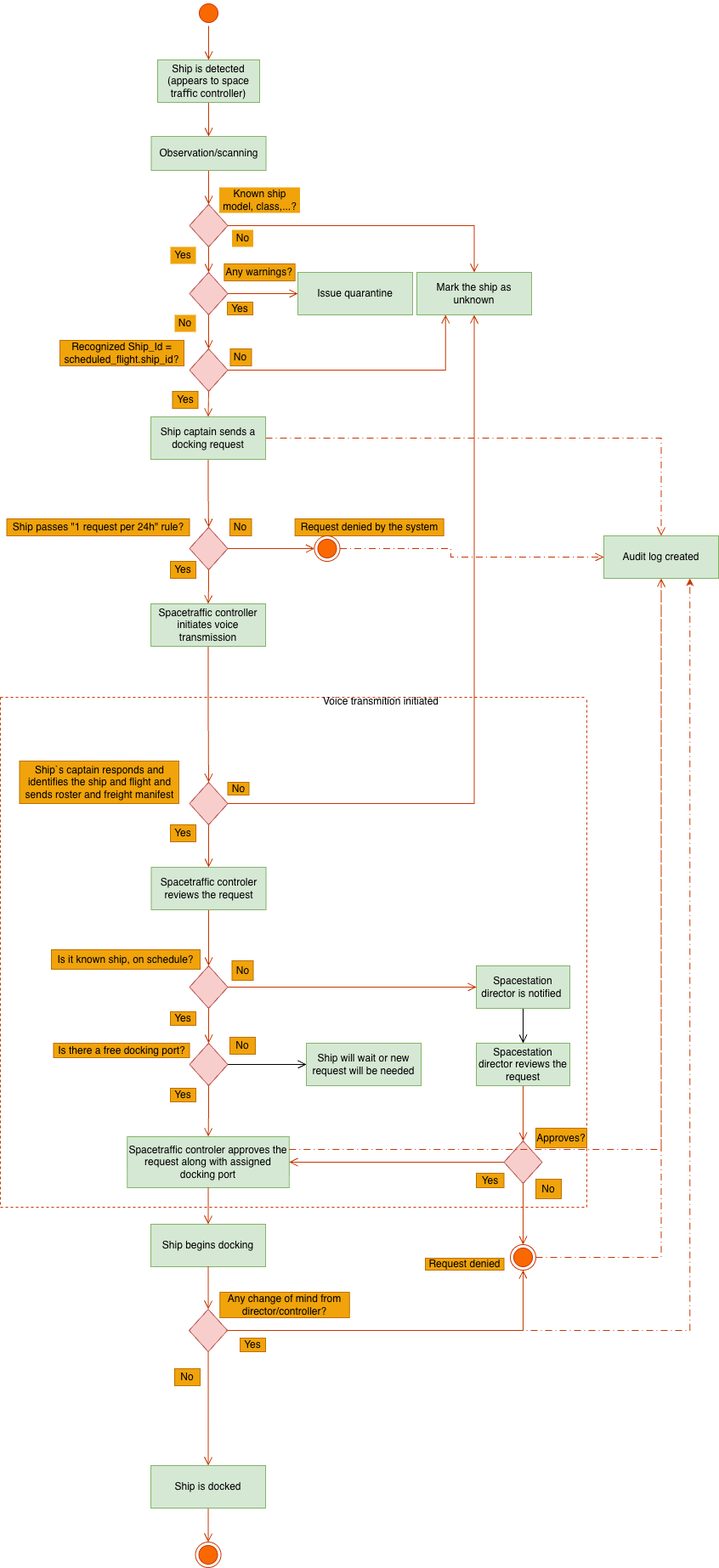
This is Spacedock_BPMN.drawio.png from Casual159/SpaceDock-home-assignment, a draw.io export, as it was before one commit. Source tidied: cells renumbered, new cells last; positions are measured from the earlier drawing's top-left corner, leaving out a move shared by most shapes.
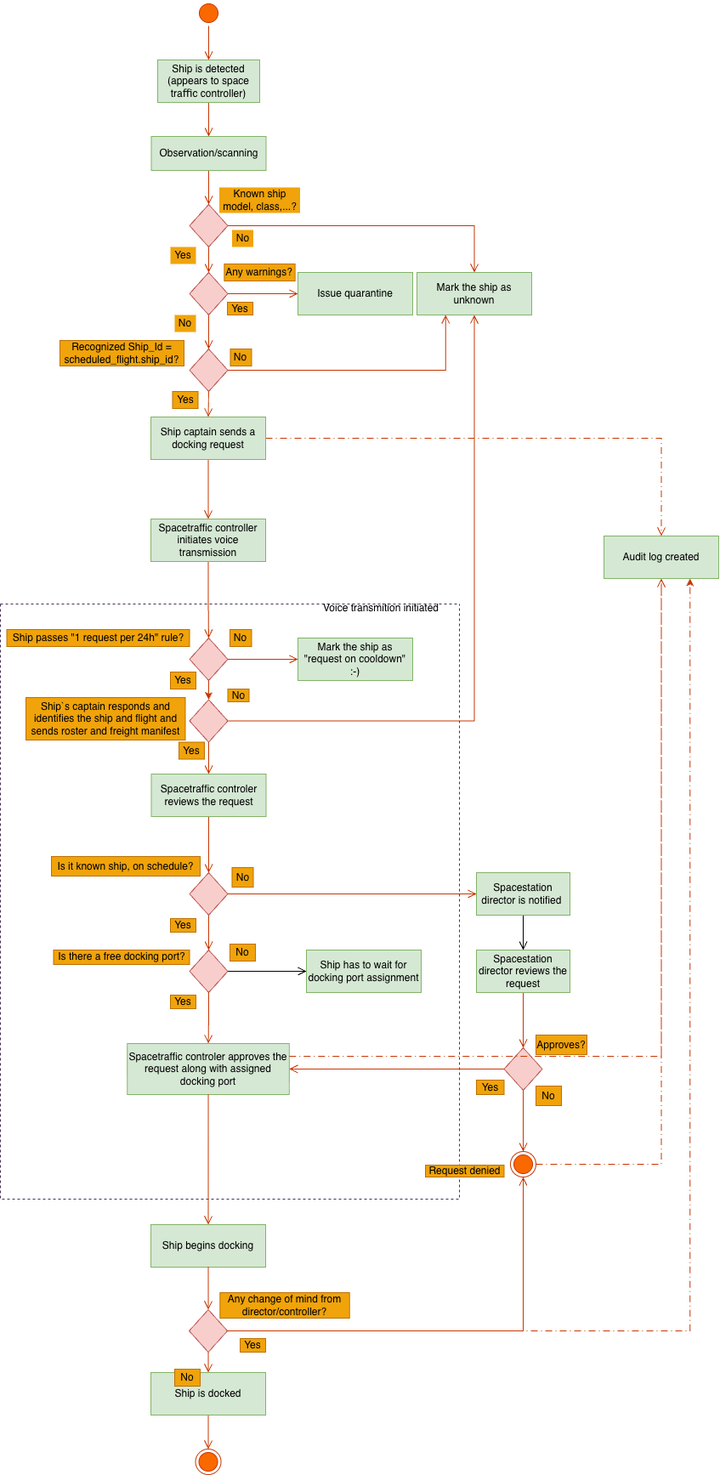
The same diagram one commit later.

Change to the diagram source:
```diff
@@ -62,23 +62,23 @@
     <mxCell id="21" value="Yes" style="text;html=1;whiteSpace=wrap;align=center;verticalAlign=middle;rounded=0;fontFamily=Helvetica;fontSize=12;labelBackgroundColor=none;fillColor=#f0a30a;fontColor=#000000;strokeColor=#BD7000;" parent="1" vertex="1">
       <mxGeometry x="267" y="355" width="30" height="15" as="geometry" />
     </mxCell>
-    <mxCell id="22" style="swimlane;startSize=0;fontFamily=Helvetica;fontSize=12;labelBackgroundColor=none;dashed=1;fillColor=#fa6800;fontColor=#000000;strokeColor=#C73500;" parent="1" vertex="1">
-      <mxGeometry y="820" width="690" height="600" as="geometry" />
+    <mxCell id="22" style="swimlane;startSize=0;fontFamily=Helvetica;fontSize=12;labelBackgroundColor=none;dashed=1;fillColor=#76608a;fontColor=#ffffff;strokeColor=#432D57;" parent="1" vertex="1">
+      <mxGeometry y="710" width="540" height="700" as="geometry" />
     </mxCell>
     <mxCell id="23" value="Voice transmition initiated" style="text;html=1;whiteSpace=wrap;align=center;verticalAlign=middle;rounded=0;fontFamily=Helvetica;fontSize=12;labelBackgroundColor=none;" parent="22" vertex="1">
       <mxGeometry x="367.5" y="-10" width="160" height="30" as="geometry" />
     </mxCell>
     <mxCell id="24" value="Yes" style="text;html=1;whiteSpace=wrap;align=center;verticalAlign=middle;rounded=0;fontFamily=Helvetica;fontSize=12;labelBackgroundColor=none;fillColor=#f0a30a;fontColor=#000000;strokeColor=#BD7000;" parent="22" vertex="1">
-      <mxGeometry x="200" y="150" width="30" height="20" as="geometry" />
+      <mxGeometry x="210" y="162.5" width="30" height="20" as="geometry" />
     </mxCell>
     <mxCell id="25" style="edgeStyle=orthogonalEdgeStyle;shape=connector;rounded=0;jettySize=auto;html=1;exitX=0.5;exitY=1;exitDx=0;exitDy=0;entryX=0.5;entryY=0;entryDx=0;entryDy=0;align=center;verticalAlign=bottom;fontFamily=Helvetica;fontSize=12;fontColor=default;labelBackgroundColor=none;endArrow=open;endSize=8;fillColor=#fa6800;strokeColor=#C73500;" parent="22" edge="1" source="26" target="30">
       <mxGeometry relative="1" as="geometry" />
     </mxCell>
     <mxCell id="26" style="rhombus;whiteSpace=wrap;html=1;fontFamily=Helvetica;fontSize=12;labelBackgroundColor=none;fillColor=#f8cecc;strokeColor=#b85450;" parent="22" vertex="1">
-      <mxGeometry x="222.5" y="100" width="45" height="50" as="geometry" />
+      <mxGeometry x="222.5" y="112.5" width="45" height="50" as="geometry" />
     </mxCell>
     <mxCell id="27" value="Ship`s captain responds and identifies the ship and flight and sends roster and freight manifest" style="text;html=1;whiteSpace=wrap;align=center;verticalAlign=middle;rounded=0;fontFamily=Helvetica;fontSize=12;labelBackgroundColor=none;fillColor=#f0a30a;fontColor=#000000;strokeColor=#BD7000;" parent="22" vertex="1">
-      <mxGeometry x="22.5" y="75" width="187.5" height="50" as="geometry" />
+      <mxGeometry x="30" y="110" width="187.5" height="50" as="geometry" />
     </mxCell>
     <mxCell id="28" value="No" style="text;html=1;whiteSpace=wrap;align=center;verticalAlign=middle;rounded=0;fontFamily=Helvetica;fontSize=12;labelBackgroundColor=none;fillColor=#f0a30a;fontColor=#000000;strokeColor=#BD7000;" parent="22" vertex="1">
       <mxGeometry x="267.5" y="100" width="25" height="15" as="geometry" />
@@ -113,7 +113,7 @@
     <mxCell id="38" value="Yes" style="text;html=1;whiteSpace=wrap;align=center;verticalAlign=middle;rounded=0;fontFamily=Helvetica;fontSize=12;labelBackgroundColor=none;fillColor=#f0a30a;fontColor=#000000;strokeColor=#BD7000;" parent="22" vertex="1">
       <mxGeometry x="200" y="460" width="30" height="16" as="geometry" />
     </mxCell>
-    <mxCell id="39" value="Ship will wait or new request will be needed" style="rounded=0;whiteSpace=wrap;html=1;fontFamily=Helvetica;fontSize=12;labelBackgroundColor=none;fillColor=#d5e8d4;strokeColor=#82b366;" parent="22" vertex="1">
+    <mxCell id="39" value="Ship has to wait for docking port assignment" style="rounded=0;whiteSpace=wrap;html=1;fontFamily=Helvetica;fontSize=12;labelBackgroundColor=none;fillColor=#d5e8d4;strokeColor=#82b366;" parent="22" vertex="1">
       <mxGeometry x="360" y="407" width="135" height="50" as="geometry" />
     </mxCell>
     <mxCell id="40" value="No" style="text;html=1;whiteSpace=wrap;align=center;verticalAlign=middle;rounded=0;fontFamily=Helvetica;fontSize=12;labelBackgroundColor=none;fillColor=#f0a30a;fontColor=#000000;strokeColor=#BD7000;" parent="22" vertex="1">
@@ -176,12 +176,15 @@
     <mxCell id="59" value="Is there a free docking port?" style="text;html=1;whiteSpace=wrap;align=center;verticalAlign=middle;rounded=0;fontFamily=Helvetica;fontSize=12;labelBackgroundColor=none;fillColor=#f0a30a;fontColor=#000000;strokeColor=#BD7000;" parent="22" vertex="1">
       <mxGeometry x="62.5" y="407" width="160" height="17" as="geometry" />
     </mxCell>
+    <mxCell id="94" value="Mark the ship as &quot;request on cooldown&quot; :-)" style="rounded=0;whiteSpace=wrap;html=1;fontFamily=Helvetica;fontSize=12;labelBackgroundColor=none;fillColor=#d5e8d4;strokeColor=#82b366;" parent="22" vertex="1">
+      <mxGeometry x="350" y="40" width="135" height="50" as="geometry" />
+    </mxCell>
     <mxCell id="60" style="edgeStyle=orthogonalEdgeStyle;shape=connector;rounded=0;jettySize=auto;html=1;align=center;verticalAlign=bottom;fontFamily=Helvetica;fontSize=12;fontColor=default;labelBackgroundColor=none;endArrow=open;endSize=8;dashed=1;dashPattern=8 4 1 4;fillColor=#fa6800;strokeColor=#C73500;" parent="1" edge="1" source="62" target="75">
       <mxGeometry relative="1" as="geometry" />
     </mxCell>
-    <mxCell id="61" style="edgeStyle=orthogonalEdgeStyle;shape=connector;rounded=0;jettySize=auto;html=1;exitX=0.5;exitY=1;exitDx=0;exitDy=0;entryX=0.5;entryY=0;entryDx=0;entryDy=0;align=center;verticalAlign=bottom;fontFamily=Helvetica;fontSize=12;fontColor=default;labelBackgroundColor=none;endArrow=open;endSize=8;fillColor=#fa6800;strokeColor=#C73500;" parent="1" edge="1" source="62" target="69">
-      <mxGeometry relative="1" as="geometry" />
-    </mxCell>
+    <mxCell id="95" style="edgeStyle=orthogonalEdgeStyle;shape=connector;rounded=0;jettySize=auto;html=1;exitX=0.5;exitY=1;exitDx=0;exitDy=0;entryX=0.5;entryY=0;entryDx=0;entryDy=0;strokeColor=#C73500;align=center;verticalAlign=bottom;fontFamily=Helvetica;fontSize=12;fontColor=default;labelBackgroundColor=none;endArrow=open;endSize=8;fillColor=#fa6800;" parent="1" edge="1" source="62" target="89">
+      <mxGeometry relative="1" as="geometry" />
+    </mxCell>
     <mxCell id="62" value="Ship captain sends a docking request" style="rounded=0;whiteSpace=wrap;html=1;fontFamily=Helvetica;fontSize=12;labelBackgroundColor=none;fillColor=#d5e8d4;strokeColor=#82b366;" parent="1" vertex="1">
       <mxGeometry x="177" y="490" width="135" height="50" as="geometry" />
     </mxCell>
@@ -197,23 +200,25 @@
     <mxCell id="66" value="Recognized Ship_Id = scheduled_flight.ship_id?" style="text;html=1;whiteSpace=wrap;align=center;verticalAlign=middle;rounded=0;fontFamily=Helvetica;fontSize=12;labelBackgroundColor=none;fillColor=#f0a30a;fontColor=#000000;strokeColor=#BD7000;" parent="1" vertex="1">
       <mxGeometry x="70" y="400" width="146" height="30" as="geometry" />
     </mxCell>
-    <mxCell id="67" style="edgeStyle=orthogonalEdgeStyle;shape=connector;rounded=0;jettySize=auto;html=1;exitX=1;exitY=0.5;exitDx=0;exitDy=0;entryX=0;entryY=0.5;entryDx=0;entryDy=0;align=center;verticalAlign=bottom;fontFamily=Helvetica;fontSize=12;fontColor=default;labelBackgroundColor=none;endArrow=open;endSize=8;fillColor=#fa6800;strokeColor=#C73500;" parent="1" edge="1" source="69" target="78">
-      <mxGeometry relative="1" as="geometry" />
+    <mxCell id="67" style="edgeStyle=orthogonalEdgeStyle;shape=connector;rounded=0;jettySize=auto;html=1;exitX=1;exitY=0.5;exitDx=0;exitDy=0;align=center;verticalAlign=bottom;fontFamily=Helvetica;fontSize=12;fontColor=default;labelBackgroundColor=none;endArrow=open;endSize=8;fillColor=#fa6800;strokeColor=#C73500;" parent="1" edge="1" source="69">
+      <mxGeometry relative="1" as="geometry">
+        <mxPoint x="350" y="775" as="targetPoint" />
+      </mxGeometry>
     </mxCell>
-    <mxCell id="68" style="edgeStyle=orthogonalEdgeStyle;shape=connector;rounded=0;jettySize=auto;html=1;exitX=0.5;exitY=1;exitDx=0;exitDy=0;align=center;verticalAlign=bottom;fontFamily=Helvetica;fontSize=12;fontColor=default;labelBackgroundColor=none;endArrow=open;endSize=8;fillColor=#fa6800;strokeColor=#C73500;" parent="1" edge="1" source="69" target="89">
-      <mxGeometry relative="1" as="geometry" />
-    </mxCell>
+    <mxCell id="96" style="edgeStyle=orthogonalEdgeStyle;rounded=0;jettySize=auto;html=1;exitX=0.5;exitY=1;exitDx=0;exitDy=0;entryX=0.5;entryY=0;entryDx=0;entryDy=0;fillColor=#fa6800;strokeColor=#C73500;" parent="1" edge="1" source="69" target="26">
+      <mxGeometry relative="1" as="geometry" />
+    </mxCell>
     <mxCell id="69" style="rhombus;whiteSpace=wrap;html=1;fontFamily=Helvetica;fontSize=12;labelBackgroundColor=none;fillColor=#f8cecc;strokeColor=#b85450;" parent="1" vertex="1">
-      <mxGeometry x="222.5" y="620" width="45" height="50" as="geometry" />
+      <mxGeometry x="222.5" y="750" width="45" height="50" as="geometry" />
     </mxCell>
     <mxCell id="70" value="Yes" style="text;html=1;whiteSpace=wrap;align=center;verticalAlign=middle;rounded=0;fontFamily=Helvetica;fontSize=12;labelBackgroundColor=none;fillColor=#f0a30a;fontColor=#000000;strokeColor=#BD7000;" parent="1" vertex="1">
-      <mxGeometry x="200" y="660" width="30" height="20" as="geometry" />
+      <mxGeometry x="200" y="790" width="30" height="20" as="geometry" />
     </mxCell>
     <mxCell id="71" value="No" style="text;html=1;whiteSpace=wrap;align=center;verticalAlign=middle;rounded=0;fontFamily=Helvetica;fontSize=12;labelBackgroundColor=none;fillColor=#f0a30a;fontColor=#000000;strokeColor=#BD7000;" parent="1" vertex="1">
-      <mxGeometry x="270" y="610" width="25.5" height="20" as="geometry" />
+      <mxGeometry x="270" y="740" width="25.5" height="20" as="geometry" />
     </mxCell>
     <mxCell id="72" value="Ship passes &quot;1 request per 24h&quot; rule?" style="text;html=1;whiteSpace=wrap;align=center;verticalAlign=middle;rounded=0;fontFamily=Helvetica;fontSize=12;labelBackgroundColor=none;fillColor=#f0a30a;fontColor=#000000;strokeColor=#BD7000;" parent="1" vertex="1">
-      <mxGeometry x="7.5" y="610" width="215" height="20" as="geometry" />
+      <mxGeometry x="7.5" y="740" width="215" height="20" as="geometry" />
     </mxCell>
     <mxCell id="73" value="Yes" style="text;html=1;whiteSpace=wrap;align=center;verticalAlign=middle;rounded=0;fontFamily=Helvetica;fontSize=12;labelBackgroundColor=none;fillColor=#f0a30a;fontColor=#000000;strokeColor=#BD7000;" parent="1" vertex="1">
       <mxGeometry x="202.5" y="460" width="30" height="20" as="geometry" />
@@ -224,20 +229,6 @@
     <mxCell id="75" value="Audit log created" style="rounded=0;whiteSpace=wrap;html=1;fontFamily=Helvetica;fontSize=12;labelBackgroundColor=none;fillColor=#d5e8d4;strokeColor=#82b366;" parent="1" vertex="1">
       <mxGeometry x="710" y="630" width="135" height="50" as="geometry" />
     </mxCell>
-    <mxCell id="76" value="Request denied by the system" style="text;html=1;whiteSpace=wrap;align=center;verticalAlign=middle;rounded=0;fontFamily=Helvetica;fontSize=12;labelBackgroundColor=none;fillColor=#f0a30a;fontColor=#000000;strokeColor=#BD7000;" parent="1" vertex="1">
-      <mxGeometry x="346.6" y="610" width="175" height="20" as="geometry" />
-    </mxCell>
-    <mxCell id="77" style="edgeStyle=orthogonalEdgeStyle;shape=connector;rounded=0;jettySize=auto;html=1;exitX=1;exitY=0.5;exitDx=0;exitDy=0;entryX=0;entryY=0.5;entryDx=0;entryDy=0;align=center;verticalAlign=bottom;fontFamily=Helvetica;fontSize=12;fontColor=default;labelBackgroundColor=none;endArrow=open;endSize=8;dashed=1;dashPattern=8 4 1 4;fillColor=#fa6800;strokeColor=#C73500;" parent="1" edge="1" source="78" target="75">
-      <mxGeometry relative="1" as="geometry">
-        <Array as="points">
-          <mxPoint x="530" y="645" />
-          <mxPoint x="530" y="655" />
-        </Array>
-      </mxGeometry>
-    </mxCell>
-    <mxCell id="78" style="ellipse;html=1;shape=endState;fontFamily=Helvetica;fontSize=12;labelBackgroundColor=none;fillColor=#fa6800;fontColor=#000000;strokeColor=#C73500;" parent="1" vertex="1">
-      <mxGeometry x="369.5" y="630" width="30" height="30" as="geometry" />
-    </mxCell>
     <mxCell id="79" style="edgeStyle=orthogonalEdgeStyle;shape=connector;rounded=0;jettySize=auto;html=1;exitX=1;exitY=0.5;exitDx=0;exitDy=0;entryX=0.5;entryY=1;entryDx=0;entryDy=0;align=center;verticalAlign=bottom;fontFamily=Helvetica;fontSize=12;fontColor=default;labelBackgroundColor=none;endArrow=open;endSize=8;dashed=1;dashPattern=8 4 1 4;fillColor=#fa6800;strokeColor=#C73500;" parent="1" edge="1" source="54" target="75">
       <mxGeometry relative="1" as="geometry" />
     </mxCell>
@@ -268,12 +259,12 @@
     <mxCell id="88" style="edgeStyle=orthogonalEdgeStyle;shape=connector;rounded=0;jettySize=auto;html=1;exitX=1;exitY=0.5;exitDx=0;exitDy=0;entryX=0.5;entryY=1;entryDx=0;entryDy=0;align=center;verticalAlign=bottom;fontFamily=Helvetica;fontSize=12;fontColor=default;labelBackgroundColor=none;endArrow=open;endSize=8;fillColor=#fa6800;strokeColor=#C73500;" parent="1" edge="1" source="85" target="54">
       <mxGeometry relative="1" as="geometry" />
     </mxCell>
+    <mxCell id="97" style="edgeStyle=orthogonalEdgeStyle;shape=connector;rounded=0;jettySize=auto;html=1;exitX=0.5;exitY=1;exitDx=0;exitDy=0;entryX=0.5;entryY=0;entryDx=0;entryDy=0;strokeColor=#C73500;align=center;verticalAlign=bottom;fontFamily=Helvetica;fontSize=12;fontColor=default;labelBackgroundColor=none;endArrow=open;endSize=8;fillColor=#fa6800;" parent="1" edge="1" source="89" target="69">
+      <mxGeometry relative="1" as="geometry" />
+    </mxCell>
     <mxCell id="89" value="Spacetraffic controller initiates voice transmission" style="rounded=0;whiteSpace=wrap;html=1;fontFamily=Helvetica;fontSize=12;labelBackgroundColor=none;fillColor=#d5e8d4;strokeColor=#82b366;" parent="1" vertex="1">
-      <mxGeometry x="177" y="710" width="135" height="50" as="geometry" />
+      <mxGeometry x="177" y="610" width="135" height="50" as="geometry" />
     </mxCell>
-    <mxCell id="90" style="edgeStyle=orthogonalEdgeStyle;shape=connector;rounded=0;jettySize=auto;html=1;exitX=0.5;exitY=1;exitDx=0;exitDy=0;entryX=0.5;entryY=0;entryDx=0;entryDy=0;align=center;verticalAlign=bottom;fontFamily=Helvetica;fontSize=12;fontColor=default;labelBackgroundColor=none;endArrow=open;endSize=8;fillColor=#fa6800;strokeColor=#C73500;" parent="1" edge="1" source="89" target="26">
-      <mxGeometry relative="1" as="geometry" />
-    </mxCell>
     <mxCell id="91" value="No" style="text;html=1;whiteSpace=wrap;align=center;verticalAlign=middle;rounded=0;fontFamily=Helvetica;fontSize=12;labelBackgroundColor=none;fillColor=#f0a30a;fontColor=#000000;strokeColor=none;" parent="1" vertex="1">
       <mxGeometry x="205" y="370" width="25" height="20" as="geometry" />
     </mxCell>
```
